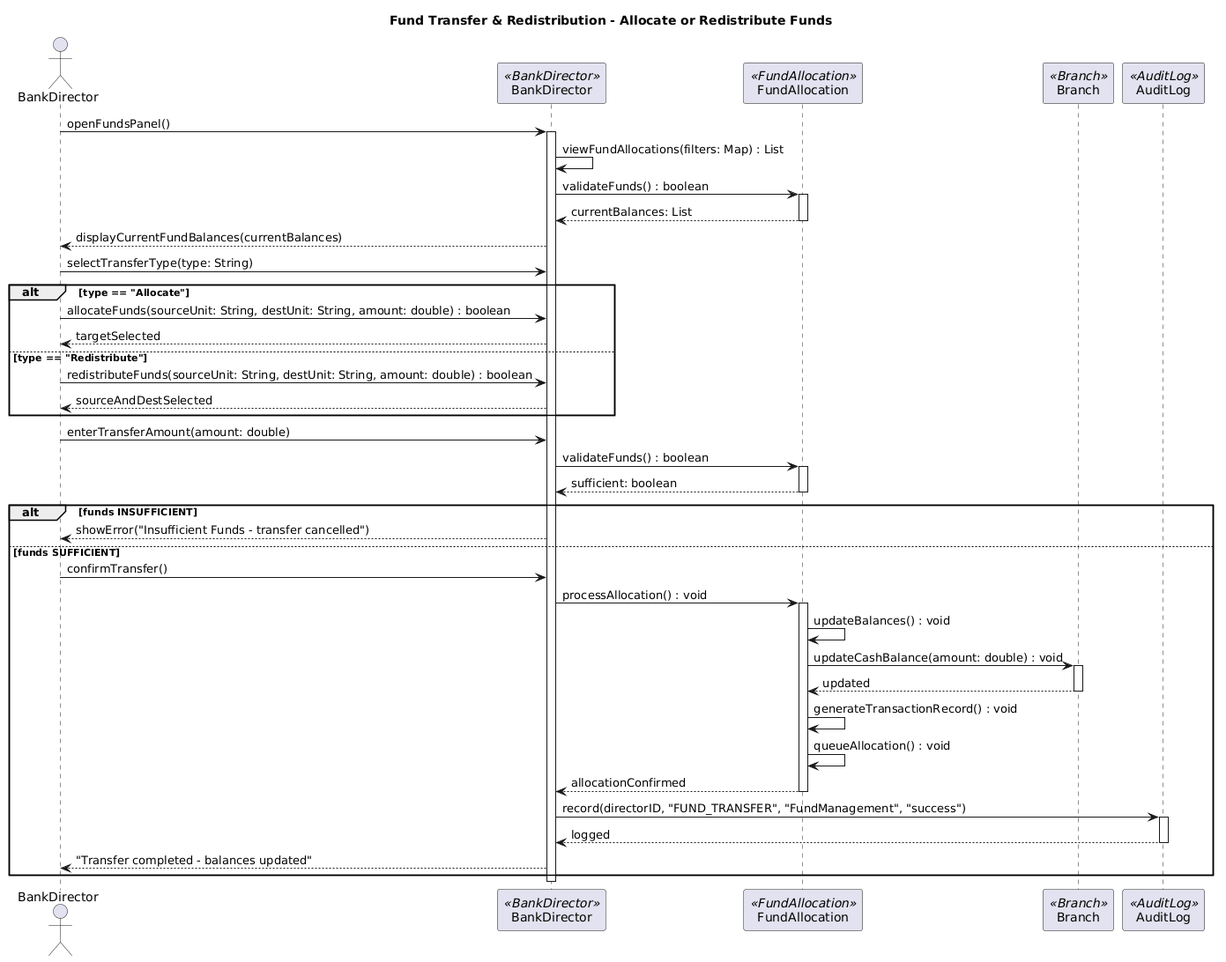
The PlantUML diagram Diagrams/Sequence Diagrams/BS_FM_02.png in erindkotobelli12/BankManagementSystem, before a commit.
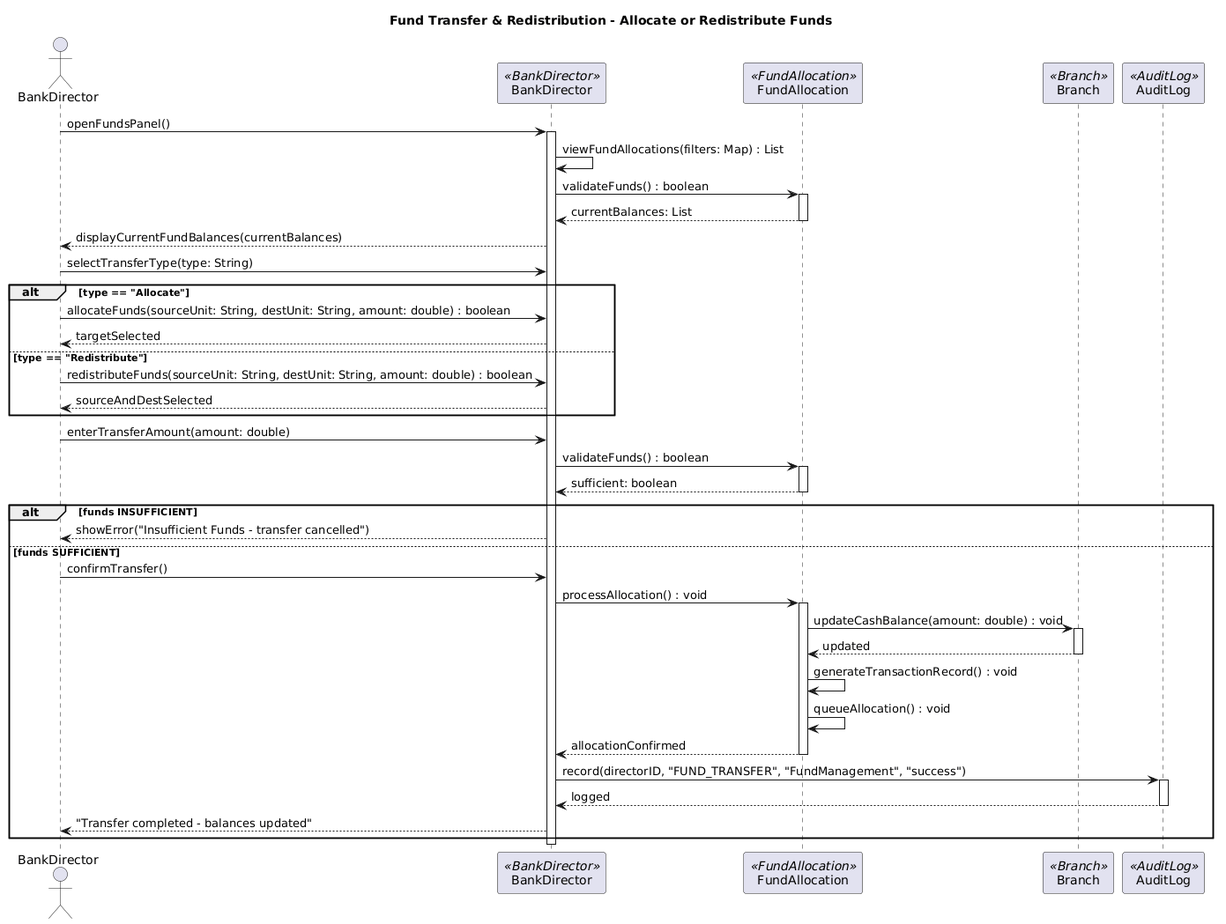
After the change.

The edit, as a diff of the source:
```diff
@@ -40,7 +40,6 @@
     Dir -> DC : confirmTransfer()
     DC -> FA : processAllocation() : void
     activate FA
-    FA -> FA : updateBalances() : void
     FA -> B : updateCashBalance(amount: double) : void
     activate B
     B --> FA : updated
```
